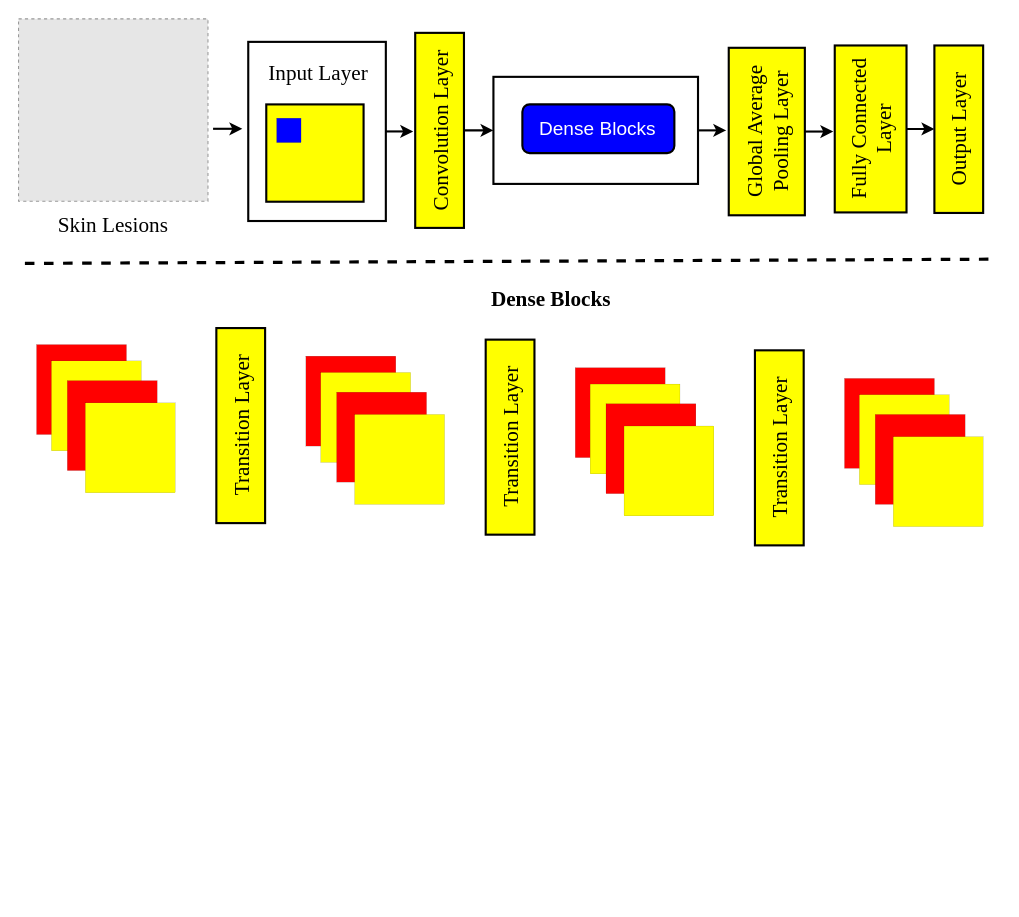
a3X3k/-Random- keeps this draw.io diagram as DenseNet-121.drawio. Above is the earlier version. Source tidied: cells renumbered, new cells numbered last; positions are measured from the earlier drawing's top-left corner, leaving out a move shared by most shapes. Both pictures are drawn from the tidied source at 106%, with x=0, y=0 at pixel (18, 18). Pictures stored in the file or linked from it are replaced by grey dashed boxes.
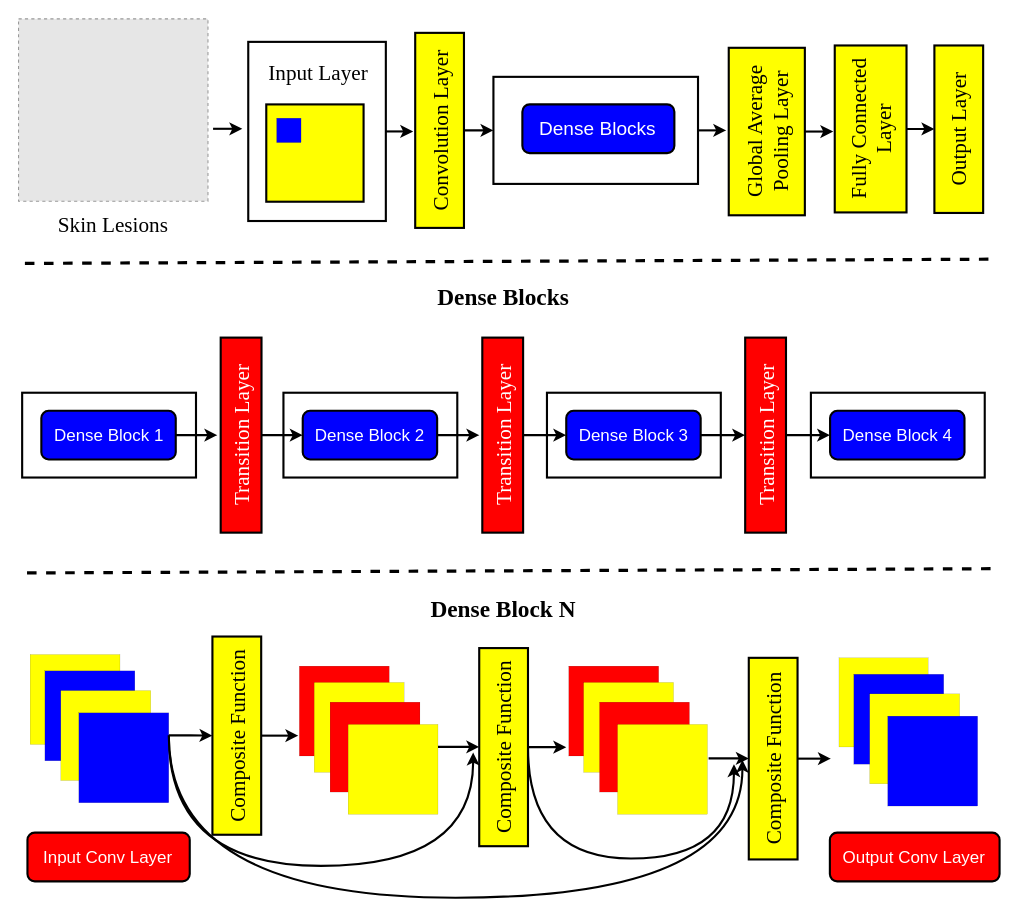
The same page after the edit.

The edit, as a diff of the source:
```diff
@@
-    <mxCell id="12" style="whiteSpace=wrap;html=1;rounded=0;shadow=0;glass=0;sketch=0;fillStyle=auto;strokeColor=#000000;strokeWidth=0;fillColor=#FF0000;fontSize=20;" parent="1" vertex="1">
-      <mxGeometry x="17" y="307.6" width="84.8" height="84.8" as="geometry" />
+    <mxCell id="12" style="whiteSpace=wrap;html=1;rounded=0;shadow=0;glass=0;sketch=0;fillStyle=auto;strokeColor=#000000;strokeWidth=0;fillColor=#FFFF00;fontSize=20;" parent="1" vertex="1">
+      <mxGeometry x="10.9" y="600" width="84.8" height="84.8" as="geometry" />
     </mxCell>
@@
-    <mxCell id="16" value="&lt;b&gt;Dense Blocks&lt;br&gt;&lt;/b&gt;" style="text;html=1;strokeColor=none;fillColor=none;align=center;verticalAlign=middle;whiteSpace=wrap;rounded=0;shadow=0;glass=0;sketch=0;fillStyle=auto;strokeWidth=1;fontFamily=Times New Roman;fontSize=20;" parent="1" vertex="1">
-      <mxGeometry x="425.8" y="249" width="153" height="30" as="geometry" />
+    <mxCell id="16" value="&lt;b&gt;&lt;font style=&quot;font-size: 22px;&quot;&gt;Dense Blocks&lt;/font&gt;&lt;br&gt;&lt;/b&gt;" style="text;html=1;strokeColor=none;fillColor=none;align=center;verticalAlign=middle;whiteSpace=wrap;rounded=0;shadow=0;glass=0;sketch=0;fillStyle=auto;strokeWidth=1;fontFamily=Times New Roman;fontSize=20;" parent="1" vertex="1">
+      <mxGeometry x="380.9" y="249" width="153" height="30" as="geometry" />
     </mxCell>
@@
+    <mxCell id="41" style="edgeStyle=orthogonalEdgeStyle;rounded=0;jettySize=auto;html=1;exitX=0.5;exitY=0;exitDx=0;exitDy=0;strokeWidth=2;" parent="1" edge="1" source="23">
+      <mxGeometry relative="1" as="geometry">
+        <mxPoint x="263.9" y="676.4" as="targetPoint" />
+      </mxGeometry>
+    </mxCell>
-    <mxCell id="23" value="Transition Layer" style="rounded=0;whiteSpace=wrap;html=1;shadow=0;glass=0;sketch=0;fillStyle=auto;strokeColor=#000000;strokeWidth=2;fillColor=#FFFF00;gradientColor=none;direction=south;textDirection=ltr;horizontal=0;fontFamily=Times New Roman;fontSize=20;" parent="1" vertex="1">
-      <mxGeometry x="186.6" y="292" width="46" height="184" as="geometry" />
+    <mxCell id="23" value="Composite Function" style="rounded=0;whiteSpace=wrap;html=1;shadow=0;glass=0;sketch=0;fillStyle=auto;strokeColor=#000000;strokeWidth=2;fillColor=#FFFF00;gradientColor=none;direction=south;textDirection=ltr;horizontal=0;fontFamily=Times New Roman;fontSize=20;" parent="1" vertex="1">
+      <mxGeometry x="182.9" y="583" width="46" height="187" as="geometry" />
     </mxCell>
-    <mxCell id="24" style="whiteSpace=wrap;html=1;rounded=0;shadow=0;glass=0;sketch=0;fillStyle=auto;strokeColor=#000000;strokeWidth=0;fillColor=#FFFF00;fontSize=20;" parent="1" vertex="1">
-      <mxGeometry x="31" y="323" width="84.8" height="84.8" as="geometry" />
+    <mxCell id="24" style="whiteSpace=wrap;html=1;rounded=0;shadow=0;glass=0;sketch=0;fillStyle=auto;strokeColor=#000000;strokeWidth=0;fillColor=#0000FF;fontSize=20;" parent="1" vertex="1">
+      <mxGeometry x="24.9" y="615.4" width="84.8" height="84.8" as="geometry" />
     </mxCell>
-    <mxCell id="25" style="whiteSpace=wrap;html=1;rounded=0;shadow=0;glass=0;sketch=0;fillStyle=auto;strokeColor=#000000;strokeWidth=0;fillColor=#FF0000;fontSize=20;" parent="1" vertex="1">
-      <mxGeometry x="46" y="341.6" width="84.8" height="84.8" as="geometry" />
+    <mxCell id="25" style="whiteSpace=wrap;html=1;rounded=0;shadow=0;glass=0;sketch=0;fillStyle=auto;strokeColor=#000000;strokeWidth=0;fillColor=#FFFF00;fontSize=20;" parent="1" vertex="1">
+      <mxGeometry x="39.9" y="634" width="84.8" height="84.8" as="geometry" />
     </mxCell>
+    <mxCell id="42" style="edgeStyle=orthogonalEdgeStyle;rounded=0;jettySize=auto;html=1;exitX=1;exitY=0.25;exitDx=0;exitDy=0;entryX=0.5;entryY=1;entryDx=0;entryDy=0;strokeWidth=2;" parent="1" edge="1" source="26" target="23">
+      <mxGeometry relative="1" as="geometry" />
+    </mxCell>
+    <mxCell id="43" style="edgeStyle=orthogonalEdgeStyle;rounded=0;jettySize=auto;html=1;exitX=1;exitY=0.25;exitDx=0;exitDy=0;curved=1;strokeWidth=2;" parent="1" edge="1" source="26">
+      <mxGeometry relative="1" as="geometry">
+        <mxPoint x="428.9" y="692.4" as="targetPoint" />
+        <Array as="points">
+          <mxPoint x="141.9" y="799.4" />
+          <mxPoint x="428.9" y="799.4" />
+        </Array>
+      </mxGeometry>
+    </mxCell>
-    <mxCell id="26" style="whiteSpace=wrap;html=1;rounded=0;shadow=0;glass=0;sketch=0;fillStyle=auto;strokeColor=#000000;strokeWidth=0;fillColor=#FFFF00;fontSize=20;" parent="1" vertex="1">
-      <mxGeometry x="63" y="362.6" width="84.8" height="84.8" as="geometry" />
+    <mxCell id="26" style="whiteSpace=wrap;html=1;rounded=0;shadow=0;glass=0;sketch=0;fillStyle=auto;strokeColor=#000000;strokeWidth=0;fillColor=#0000FF;fontSize=20;" parent="1" vertex="1">
+      <mxGeometry x="56.9" y="655" width="84.8" height="84.8" as="geometry" />
     </mxCell>
     <mxCell id="27" style="whiteSpace=wrap;html=1;rounded=0;shadow=0;glass=0;sketch=0;fillStyle=auto;strokeColor=#000000;strokeWidth=0;fillColor=#FF0000;fontSize=20;" parent="1" vertex="1">
-      <mxGeometry x="271.1" y="318.5" width="84.8" height="84.8" as="geometry" />
+      <mxGeometry x="264.9" y="610.9" width="84.8" height="84.8" as="geometry" />
     </mxCell>
     <mxCell id="28" style="whiteSpace=wrap;html=1;rounded=0;shadow=0;glass=0;sketch=0;fillStyle=auto;strokeColor=#000000;strokeWidth=0;fillColor=#FFFF00;fontSize=20;" parent="1" vertex="1">
-      <mxGeometry x="285.1" y="333.9" width="84.8" height="84.8" as="geometry" />
+      <mxGeometry x="278.9" y="626.3" width="84.8" height="84.8" as="geometry" />
     </mxCell>
     <mxCell id="29" style="whiteSpace=wrap;html=1;rounded=0;shadow=0;glass=0;sketch=0;fillStyle=auto;strokeColor=#000000;strokeWidth=0;fillColor=#FF0000;fontSize=20;" parent="1" vertex="1">
-      <mxGeometry x="300.1" y="352.5" width="84.8" height="84.8" as="geometry" />
+      <mxGeometry x="293.9" y="644.9" width="84.8" height="84.8" as="geometry" />
     </mxCell>
+    <mxCell id="44" style="edgeStyle=orthogonalEdgeStyle;rounded=0;jettySize=auto;html=1;exitX=1;exitY=0.25;exitDx=0;exitDy=0;entryX=0.5;entryY=1;entryDx=0;entryDy=0;strokeWidth=2;" parent="1" edge="1" source="30" target="31">
+      <mxGeometry relative="1" as="geometry" />
+    </mxCell>
     <mxCell id="30" style="whiteSpace=wrap;html=1;rounded=0;shadow=0;glass=0;sketch=0;fillStyle=auto;strokeColor=#000000;strokeWidth=0;fillColor=#FFFF00;fontSize=20;" parent="1" vertex="1">
-      <mxGeometry x="317.1" y="373.5" width="84.8" height="84.8" as="geometry" />
+      <mxGeometry x="310.9" y="665.9" width="84.8" height="84.8" as="geometry" />
     </mxCell>
+    <mxCell id="45" style="edgeStyle=orthogonalEdgeStyle;rounded=0;jettySize=auto;html=1;exitX=0.5;exitY=0;exitDx=0;exitDy=0;strokeWidth=2;" parent="1" edge="1" source="31">
+      <mxGeometry relative="1" as="geometry">
+        <mxPoint x="516.7" y="687.4" as="targetPoint" />
+      </mxGeometry>
+    </mxCell>
+    <mxCell id="46" style="edgeStyle=orthogonalEdgeStyle;rounded=0;jettySize=auto;html=1;exitX=0.5;exitY=0;exitDx=0;exitDy=0;curved=1;strokeWidth=2;" parent="1" edge="1" source="31">
+      <mxGeometry relative="1" as="geometry">
+        <mxPoint x="674.9" y="703.4" as="targetPoint" />
+        <Array as="points">
+          <mxPoint x="480.9" y="792.4" />
+          <mxPoint x="674.9" y="792.4" />
+        </Array>
+      </mxGeometry>
+    </mxCell>
-    <mxCell id="31" value="Transition Layer" style="rounded=0;whiteSpace=wrap;html=1;shadow=0;glass=0;sketch=0;fillStyle=auto;strokeColor=#000000;strokeWidth=2;fillColor=#FFFF00;gradientColor=none;direction=south;textDirection=ltr;horizontal=0;fontFamily=Times New Roman;fontSize=20;" parent="1" vertex="1">
-      <mxGeometry x="440.7" y="302.9" width="46" height="184" as="geometry" />
+    <mxCell id="31" value="Composite Function" style="rounded=0;whiteSpace=wrap;html=1;shadow=0;glass=0;sketch=0;fillStyle=auto;strokeColor=#000000;strokeWidth=2;fillColor=#FFFF00;gradientColor=none;direction=south;textDirection=ltr;horizontal=0;fontFamily=Times New Roman;fontSize=20;" parent="1" vertex="1">
+      <mxGeometry x="434.6" y="593.9" width="46" height="186.9" as="geometry" />
     </mxCell>
     <mxCell id="32" style="whiteSpace=wrap;html=1;rounded=0;shadow=0;glass=0;sketch=0;fillStyle=auto;strokeColor=#000000;strokeWidth=0;fillColor=#FF0000;fontSize=20;" parent="1" vertex="1">
-      <mxGeometry x="525.2" y="329.4" width="84.8" height="84.8" as="geometry" />
+      <mxGeometry x="519.1" y="610.9" width="84.8" height="84.8" as="geometry" />
     </mxCell>
     <mxCell id="33" style="whiteSpace=wrap;html=1;rounded=0;shadow=0;glass=0;sketch=0;fillStyle=auto;strokeColor=#000000;strokeWidth=0;fillColor=#FFFF00;fontSize=20;" parent="1" vertex="1">
-      <mxGeometry x="539.2" y="344.8" width="84.8" height="84.8" as="geometry" />
+      <mxGeometry x="533.1" y="626.3" width="84.8" height="84.8" as="geometry" />
     </mxCell>
     <mxCell id="34" style="whiteSpace=wrap;html=1;rounded=0;shadow=0;glass=0;sketch=0;fillStyle=auto;strokeColor=#000000;strokeWidth=0;fillColor=#FF0000;fontSize=20;" parent="1" vertex="1">
-      <mxGeometry x="554.2" y="363.4" width="84.8" height="84.8" as="geometry" />
+      <mxGeometry x="548.1" y="644.9" width="84.8" height="84.8" as="geometry" />
     </mxCell>
+    <mxCell id="47" style="edgeStyle=orthogonalEdgeStyle;rounded=0;jettySize=auto;html=1;entryX=0.5;entryY=1;entryDx=0;entryDy=0;strokeWidth=2;" parent="1" edge="1" target="36">
+      <mxGeometry relative="1" as="geometry">
+        <mxPoint x="651" y="698" as="sourcePoint" />
+      </mxGeometry>
+    </mxCell>
     <mxCell id="35" style="whiteSpace=wrap;html=1;rounded=0;shadow=0;glass=0;sketch=0;fillStyle=auto;strokeColor=#000000;strokeWidth=0;fillColor=#FFFF00;fontSize=20;" parent="1" vertex="1">
-      <mxGeometry x="571.2" y="384.4" width="84.8" height="84.8" as="geometry" />
+      <mxGeometry x="565.1" y="665.9" width="84.8" height="84.8" as="geometry" />
     </mxCell>
+    <mxCell id="48" style="edgeStyle=orthogonalEdgeStyle;rounded=0;jettySize=auto;html=1;exitX=0.5;exitY=0;exitDx=0;exitDy=0;strokeWidth=2;" parent="1" edge="1" source="36">
+      <mxGeometry relative="1" as="geometry">
+        <mxPoint x="766.3" y="697.4" as="targetPoint" />
+      </mxGeometry>
+    </mxCell>
-    <mxCell id="36" value="Transition Layer" style="rounded=0;whiteSpace=wrap;html=1;shadow=0;glass=0;sketch=0;fillStyle=auto;strokeColor=#000000;strokeWidth=2;fillColor=#FFFF00;gradientColor=none;direction=south;textDirection=ltr;horizontal=0;fontFamily=Times New Roman;fontSize=20;" parent="1" vertex="1">
-      <mxGeometry x="694.7" y="313" width="46" height="184" as="geometry" />
+    <mxCell id="36" value="Composite Function" style="rounded=0;whiteSpace=wrap;html=1;shadow=0;glass=0;sketch=0;fillStyle=auto;strokeColor=#000000;strokeWidth=2;fillColor=#FFFF00;gradientColor=none;direction=south;textDirection=ltr;horizontal=0;fontFamily=Times New Roman;fontSize=20;" parent="1" vertex="1">
+      <mxGeometry x="688.9" y="603.1" width="46" height="190.2" as="geometry" />
     </mxCell>
-    <mxCell id="37" style="whiteSpace=wrap;html=1;rounded=0;shadow=0;glass=0;sketch=0;fillStyle=auto;strokeColor=#000000;strokeWidth=0;fillColor=#FF0000;fontSize=20;" parent="1" vertex="1">
-      <mxGeometry x="779.2" y="339.5" width="84.8" height="84.8" as="geometry" />
+    <mxCell id="37" style="whiteSpace=wrap;html=1;rounded=0;shadow=0;glass=0;sketch=0;fillStyle=auto;strokeColor=#000000;strokeWidth=0;fillColor=#FFFF00;fontSize=20;" parent="1" vertex="1">
+      <mxGeometry x="774" y="603.1" width="84.1" height="84.1" as="geometry" />
     </mxCell>
-    <mxCell id="38" style="whiteSpace=wrap;html=1;rounded=0;shadow=0;glass=0;sketch=0;fillStyle=auto;strokeColor=#000000;strokeWidth=0;fillColor=#FFFF00;fontSize=20;" parent="1" vertex="1">
-      <mxGeometry x="793.2" y="354.9" width="84.8" height="84.8" as="geometry" />
+    <mxCell id="38" style="whiteSpace=wrap;html=1;rounded=0;shadow=0;glass=0;sketch=0;fillStyle=auto;strokeColor=#000000;strokeWidth=0;fillColor=#0000FF;fontSize=20;" parent="1" vertex="1">
+      <mxGeometry x="788" y="618.6" width="84.8" height="84.8" as="geometry" />
     </mxCell>
-    <mxCell id="39" style="whiteSpace=wrap;html=1;rounded=0;shadow=0;glass=0;sketch=0;fillStyle=auto;strokeColor=#000000;strokeWidth=0;fillColor=#FF0000;fontSize=20;" parent="1" vertex="1">
-      <mxGeometry x="808.2" y="373.5" width="84.8" height="84.8" as="geometry" />
+    <mxCell id="39" style="whiteSpace=wrap;html=1;rounded=0;shadow=0;glass=0;sketch=0;fillStyle=auto;strokeColor=#000000;strokeWidth=0;fillColor=#FFFF00;fontSize=20;" parent="1" vertex="1">
+      <mxGeometry x="803" y="637.1" width="84.8" height="84.8" as="geometry" />
     </mxCell>
-    <mxCell id="40" style="whiteSpace=wrap;html=1;rounded=0;shadow=0;glass=0;sketch=0;fillStyle=auto;strokeColor=#000000;strokeWidth=0;fillColor=#FFFF00;fontSize=20;" parent="1" vertex="1">
-      <mxGeometry x="825.2" y="394.5" width="84.8" height="84.8" as="geometry" />
+    <mxCell id="40" style="whiteSpace=wrap;html=1;rounded=0;shadow=0;glass=0;sketch=0;fillStyle=auto;strokeColor=#000000;strokeWidth=0;fillColor=#0000FF;fontSize=20;" parent="1" vertex="1">
+      <mxGeometry x="820" y="658.1" width="84.8" height="84.8" as="geometry" />
     </mxCell>
+    <mxCell id="49" style="edgeStyle=orthogonalEdgeStyle;rounded=0;jettySize=auto;html=1;exitX=1;exitY=0.25;exitDx=0;exitDy=0;curved=1;strokeWidth=2;" parent="1" edge="1" source="26">
+      <mxGeometry relative="1" as="geometry">
+        <mxPoint x="682.9" y="699.4" as="targetPoint" />
+        <Array as="points">
+          <mxPoint x="141.9" y="829.4" />
+          <mxPoint x="682.9" y="829.4" />
+        </Array>
+      </mxGeometry>
+    </mxCell>
+    <mxCell id="50" style="rounded=0;whiteSpace=wrap;html=1;strokeWidth=2;" parent="1" vertex="1">
+      <mxGeometry x="3.4" y="353" width="164" height="80" as="geometry" />
+    </mxCell>
+    <mxCell id="51" style="edgeStyle=orthogonalEdgeStyle;rounded=0;jettySize=auto;html=1;exitX=1;exitY=0.5;exitDx=0;exitDy=0;strokeWidth=2;" parent="1" edge="1" source="52">
+      <mxGeometry relative="1" as="geometry">
+        <mxPoint x="187.5" y="393" as="targetPoint" />
+      </mxGeometry>
+    </mxCell>
+    <mxCell id="52" value="&lt;font style=&quot;font-size: 16px;&quot; color=&quot;#ffffff&quot;&gt;Dense Block 1&lt;/font&gt;" style="rounded=1;whiteSpace=wrap;html=1;fillColor=#0000FF;strokeWidth=2;" parent="1" vertex="1">
+      <mxGeometry x="21.5" y="370" width="126.8" height="46" as="geometry" />
+    </mxCell>
+    <mxCell id="53" style="rounded=0;whiteSpace=wrap;html=1;strokeWidth=2;" parent="1" vertex="1">
+      <mxGeometry x="249.9" y="353" width="164" height="80" as="geometry" />
+    </mxCell>
+    <mxCell id="54" style="edgeStyle=orthogonalEdgeStyle;rounded=0;jettySize=auto;html=1;exitX=1;exitY=0.5;exitDx=0;exitDy=0;strokeWidth=2;" parent="1" edge="1" source="55">
+      <mxGeometry relative="1" as="geometry">
+        <mxPoint x="434.7" y="393" as="targetPoint" />
+      </mxGeometry>
+    </mxCell>
+    <mxCell id="55" value="&lt;font style=&quot;font-size: 16px;&quot; color=&quot;#ffffff&quot;&gt;Dense Block 2&lt;/font&gt;" style="rounded=1;whiteSpace=wrap;html=1;fillColor=#0000FF;strokeWidth=2;" parent="1" vertex="1">
+      <mxGeometry x="268.1" y="370" width="126.8" height="46" as="geometry" />
+    </mxCell>
+    <mxCell id="56" style="rounded=0;whiteSpace=wrap;html=1;strokeWidth=2;" parent="1" vertex="1">
+      <mxGeometry x="498.5" y="353" width="164" height="80" as="geometry" />
+    </mxCell>
+    <mxCell id="57" style="edgeStyle=orthogonalEdgeStyle;rounded=0;jettySize=auto;html=1;exitX=1;exitY=0.5;exitDx=0;exitDy=0;entryX=0.5;entryY=1;entryDx=0;entryDy=0;strokeWidth=2;" parent="1" edge="1" source="58" target="66">
+      <mxGeometry relative="1" as="geometry" />
+    </mxCell>
+    <mxCell id="58" value="&lt;font style=&quot;font-size: 16px;&quot; color=&quot;#ffffff&quot;&gt;Dense Block 3&lt;/font&gt;" style="rounded=1;whiteSpace=wrap;html=1;fillColor=#0000FF;strokeWidth=2;" parent="1" vertex="1">
+      <mxGeometry x="516.7" y="370" width="126.8" height="46" as="geometry" />
+    </mxCell>
+    <mxCell id="59" style="rounded=0;whiteSpace=wrap;html=1;strokeWidth=2;" parent="1" vertex="1">
+      <mxGeometry x="747.5" y="353" width="164" height="80" as="geometry" />
+    </mxCell>
+    <mxCell id="60" value="&lt;font style=&quot;font-size: 16px;&quot; color=&quot;#ffffff&quot;&gt;Dense Block 4&lt;/font&gt;" style="rounded=1;whiteSpace=wrap;html=1;fillColor=#0000FF;strokeWidth=2;" parent="1" vertex="1">
+      <mxGeometry x="765.6" y="370" width="126.8" height="46" as="geometry" />
+    </mxCell>
+    <mxCell id="61" style="edgeStyle=orthogonalEdgeStyle;rounded=0;jettySize=auto;html=1;exitX=0.5;exitY=0;exitDx=0;exitDy=0;entryX=0;entryY=0.5;entryDx=0;entryDy=0;strokeWidth=2;" parent="1" edge="1" source="62" target="55">
+      <mxGeometry relative="1" as="geometry" />
+    </mxCell>
+    <mxCell id="62" value="&lt;font color=&quot;#ffffff&quot;&gt;Transition Layer&lt;/font&gt;" style="rounded=0;whiteSpace=wrap;html=1;shadow=0;glass=0;sketch=0;fillStyle=auto;strokeColor=#000000;strokeWidth=2;fillColor=#FF0000;gradientColor=none;direction=south;textDirection=ltr;horizontal=0;fontFamily=Times New Roman;fontSize=20;" parent="1" vertex="1">
+      <mxGeometry x="190.7" y="301" width="38.5" height="184" as="geometry" />
+    </mxCell>
+    <mxCell id="63" style="edgeStyle=orthogonalEdgeStyle;rounded=0;jettySize=auto;html=1;exitX=0.5;exitY=0;exitDx=0;exitDy=0;entryX=0;entryY=0.5;entryDx=0;entryDy=0;strokeWidth=2;" parent="1" edge="1" source="64" target="58">
+      <mxGeometry relative="1" as="geometry" />
+    </mxCell>
+    <mxCell id="64" value="&lt;font color=&quot;#ffffff&quot;&gt;Transition Layer&lt;/font&gt;" style="rounded=0;whiteSpace=wrap;html=1;shadow=0;glass=0;sketch=0;fillStyle=auto;strokeColor=#000000;strokeWidth=2;fillColor=#FF0000;gradientColor=none;direction=south;textDirection=ltr;horizontal=0;fontFamily=Times New Roman;fontSize=20;" parent="1" vertex="1">
+      <mxGeometry x="437.5" y="301" width="38.5" height="184" as="geometry" />
+    </mxCell>
+    <mxCell id="65" style="edgeStyle=orthogonalEdgeStyle;rounded=0;jettySize=auto;html=1;exitX=0.5;exitY=0;exitDx=0;exitDy=0;entryX=0;entryY=0.5;entryDx=0;entryDy=0;strokeWidth=2;" parent="1" edge="1" source="66" target="60">
+      <mxGeometry relative="1" as="geometry" />
+    </mxCell>
+    <mxCell id="66" value="&lt;font color=&quot;#ffffff&quot;&gt;Transition Layer&lt;/font&gt;" style="rounded=0;whiteSpace=wrap;html=1;shadow=0;glass=0;sketch=0;fillStyle=auto;strokeColor=#000000;strokeWidth=2;fillColor=#FF0000;gradientColor=none;direction=south;textDirection=ltr;horizontal=0;fontFamily=Times New Roman;fontSize=20;" parent="1" vertex="1">
+      <mxGeometry x="685.5" y="301" width="38.5" height="184" as="geometry" />
+    </mxCell>
+    <mxCell id="67" style="endArrow=none;dashed=1;html=1;rounded=0;strokeWidth=3;" parent="1" edge="1">
+      <mxGeometry relative="1" as="geometry">
+        <mxPoint x="8" y="523" as="sourcePoint" />
+        <mxPoint x="920" y="519" as="targetPoint" />
+      </mxGeometry>
+    </mxCell>
+    <mxCell id="68" value="&lt;b&gt;&lt;font style=&quot;font-size: 22px;&quot;&gt;Dense Block N&lt;/font&gt;&lt;br&gt;&lt;/b&gt;" style="text;html=1;strokeColor=none;fillColor=none;align=center;verticalAlign=middle;whiteSpace=wrap;rounded=0;shadow=0;glass=0;sketch=0;fillStyle=auto;strokeWidth=1;fontFamily=Times New Roman;fontSize=20;" parent="1" vertex="1">
+      <mxGeometry x="380.9" y="543" width="153" height="30" as="geometry" />
+    </mxCell>
+    <mxCell id="69" value="&lt;font style=&quot;font-size: 16px;&quot; color=&quot;#ffffff&quot;&gt;Input Conv Layer&lt;/font&gt;" style="rounded=1;whiteSpace=wrap;html=1;fillColor=#FF0000;strokeWidth=2;" parent="1" vertex="1">
+      <mxGeometry x="8.4" y="768" width="153.1" height="46" as="geometry" />
+    </mxCell>
+    <mxCell id="70" value="&lt;font style=&quot;font-size: 16px;&quot; color=&quot;#ffffff&quot;&gt;Output Conv Layer&lt;/font&gt;" style="rounded=1;whiteSpace=wrap;html=1;fillColor=#FF0000;strokeWidth=2;" parent="1" vertex="1">
+      <mxGeometry x="765.4" y="768" width="160.1" height="46" as="geometry" />
+    </mxCell>
```
